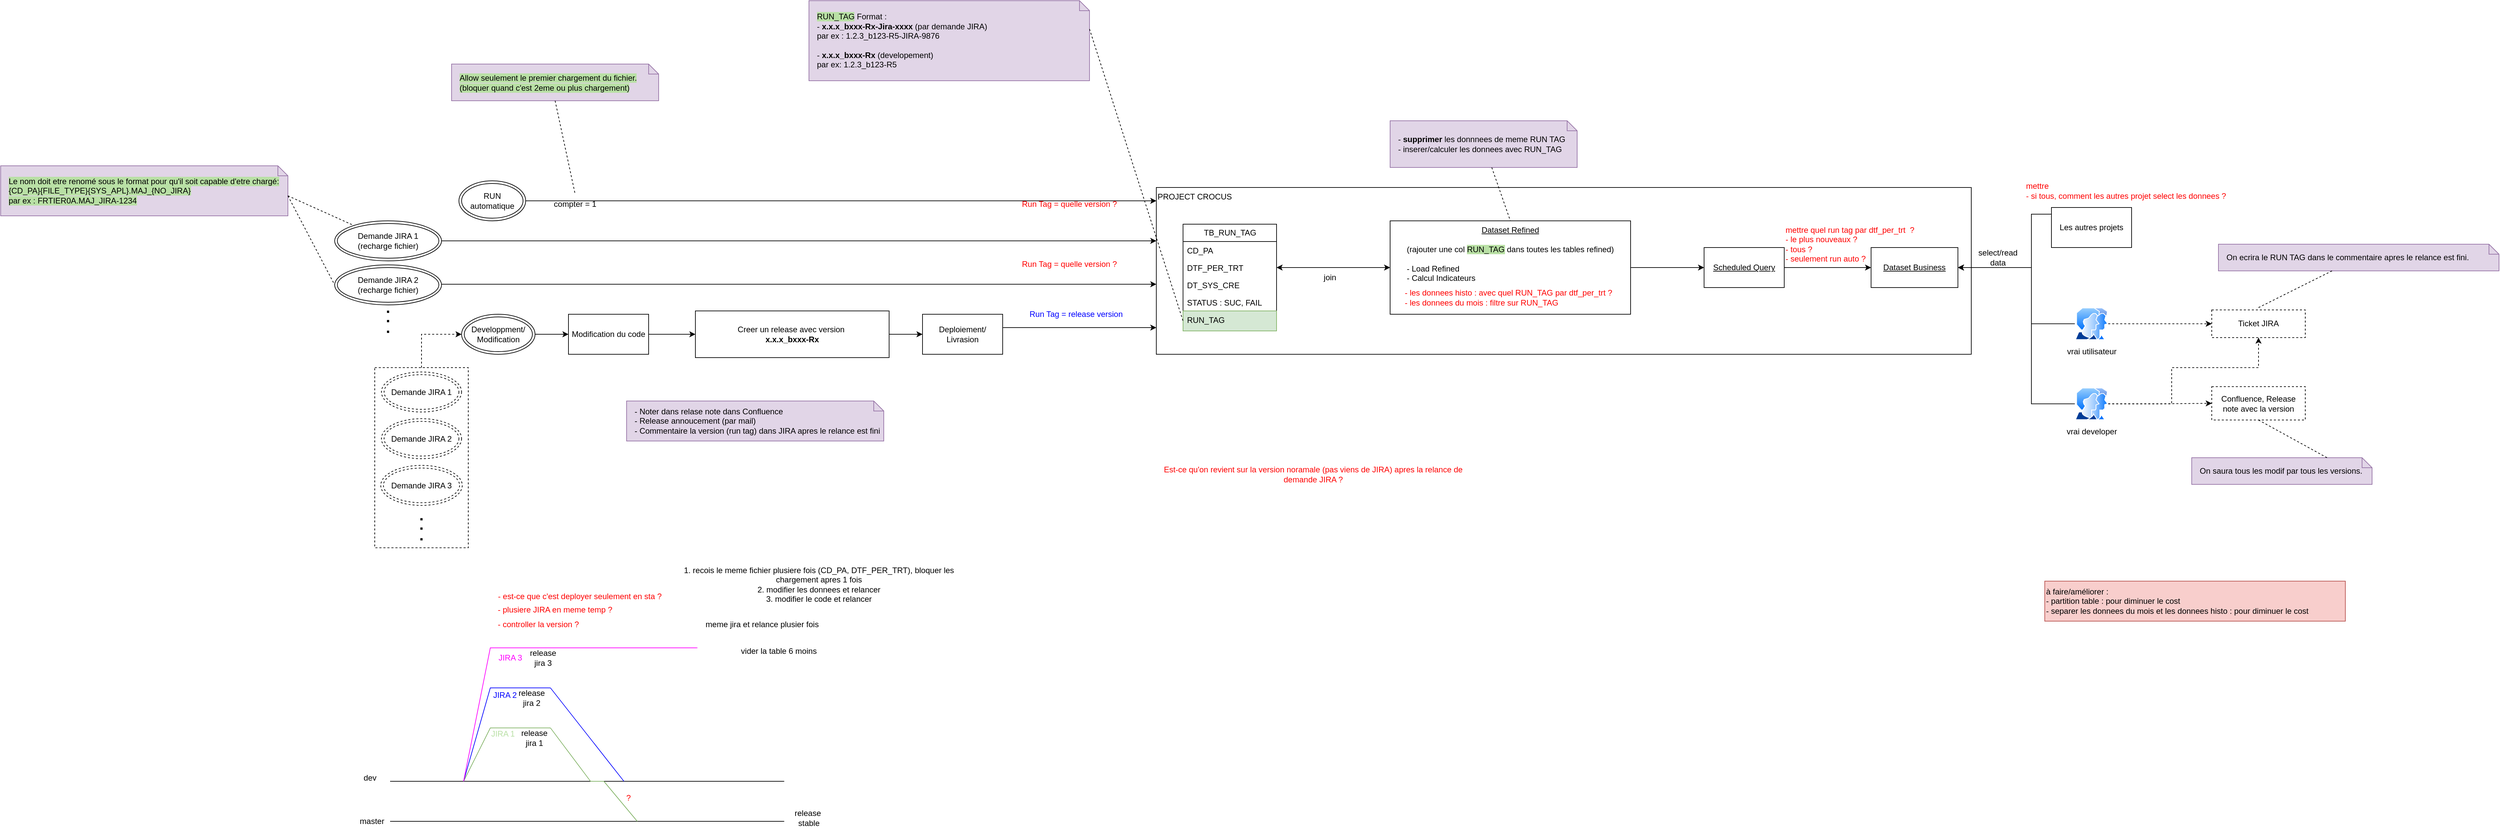
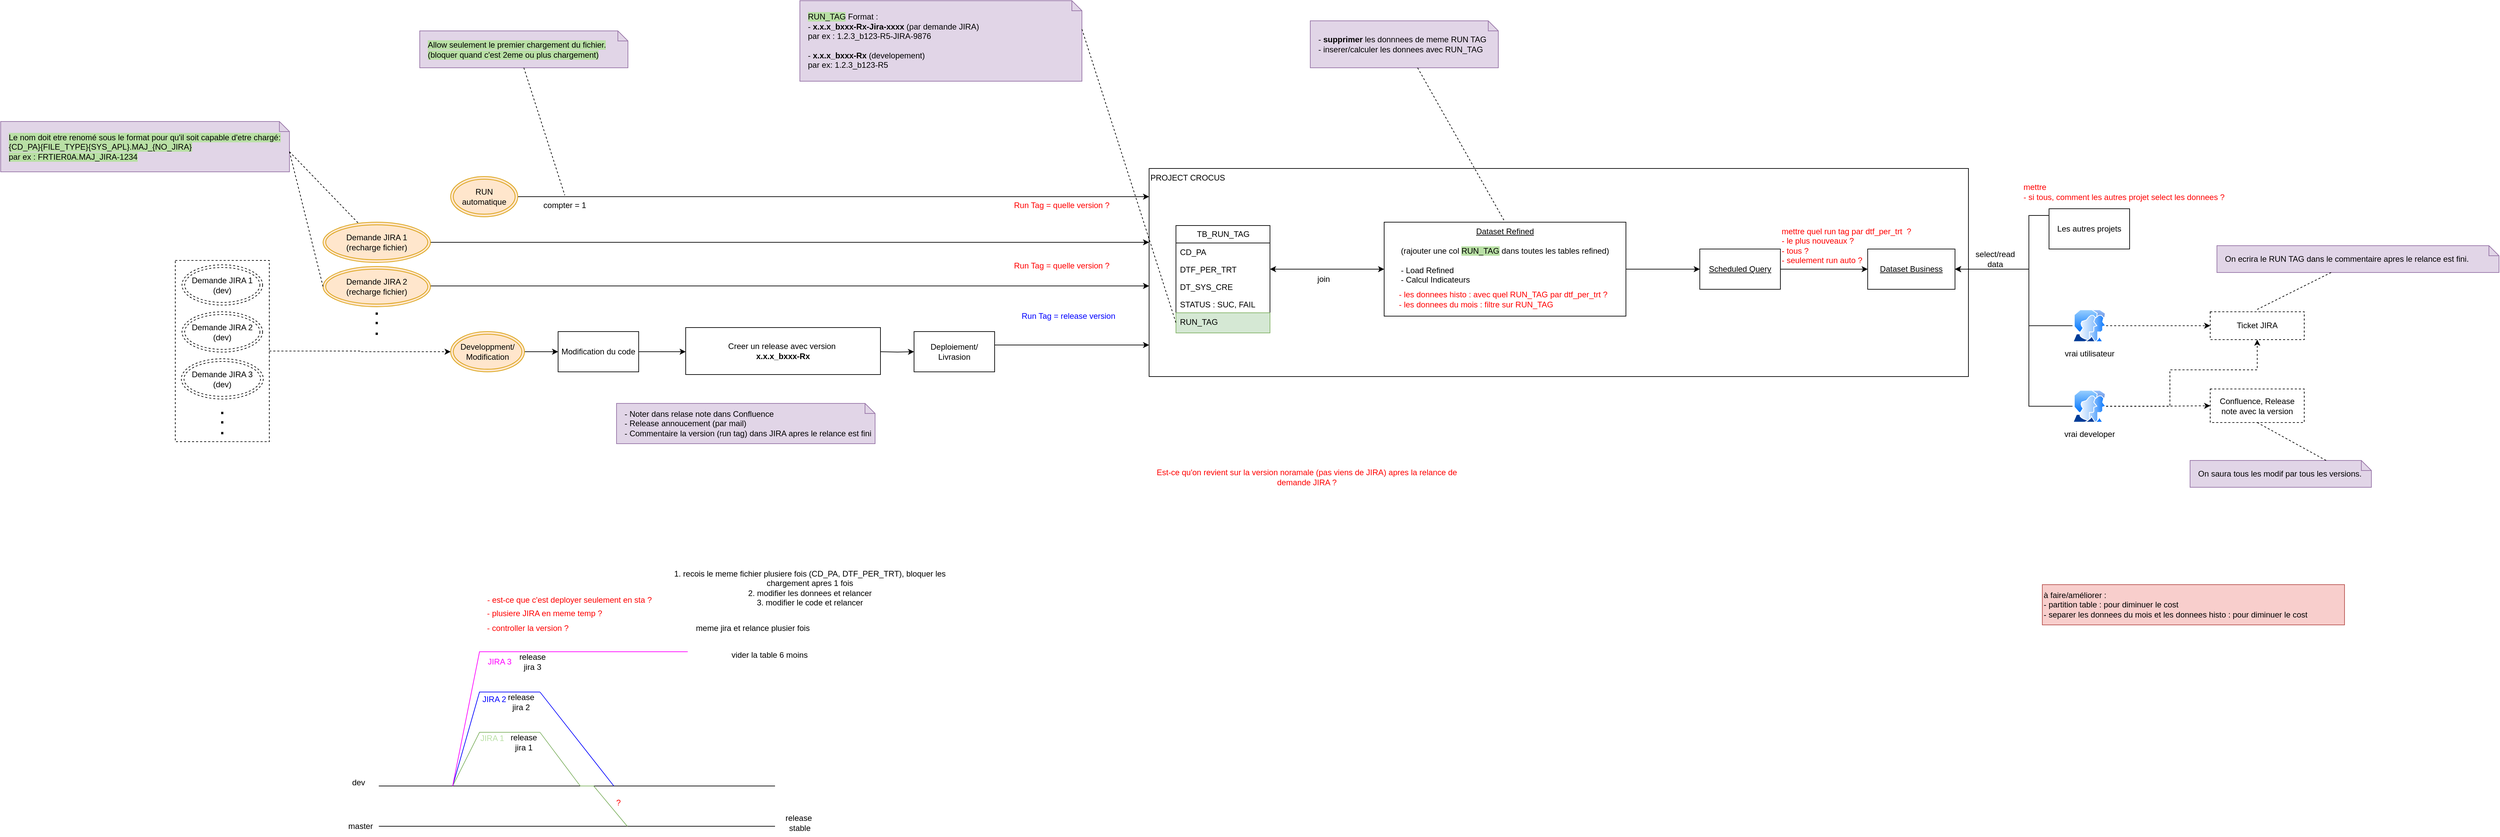
<mxfile host="app.diagrams.net">
  <diagram name="Page-1" id="bEAYSmEDHXBXhFzCy1HB">
-     <mxGraphModel dx="3308" dy="2087" grid="1" gridSize="10" guides="1" tooltips="1" connect="1" arrows="1" fold="1" page="1" pageScale="1" pageWidth="827" pageHeight="1169" math="0" shadow="0">
+     <mxGraphModel dx="5169" dy="3119" grid="1" gridSize="10" guides="1" tooltips="1" connect="1" arrows="1" fold="1" page="1" pageScale="1" pageWidth="827" pageHeight="1169" math="0" shadow="0">
      <root>
        <mxCell id="0" />
        <mxCell id="1" parent="0" />
-         <mxCell id="cKu8MT6L8Fp_BZaxLZj7-22" edge="1" parent="1" source="cKu8MT6L8Fp_BZaxLZj7-16" style="edgeStyle=orthogonalEdgeStyle;rounded=0;orthogonalLoop=1;jettySize=auto;html=1;entryX=0;entryY=0.5;entryDx=0;entryDy=0;dashed=1;" target="QUzsFoNl6aFI_2ed8XXq-33">
-           <mxGeometry relative="1" as="geometry" />
+         <mxCell id="cKu8MT6L8Fp_BZaxLZj7-22" edge="1" parent="1" source="cKu8MT6L8Fp_BZaxLZj7-16" style="edgeStyle=orthogonalEdgeStyle;rounded=0;orthogonalLoop=1;jettySize=auto;html=1;dashed=1;" target="QUzsFoNl6aFI_2ed8XXq-33">
+           <mxGeometry relative="1" as="geometry">
+             <Array as="points" />
+             <mxPoint x="-937.4999999999995" y="382" as="sourcePoint" />
+             <mxPoint x="-602.4999999999995" y="365" as="targetPoint" />
+           </mxGeometry>
        </mxCell>
        <mxCell id="cKu8MT6L8Fp_BZaxLZj7-16" parent="1" style="rounded=0;whiteSpace=wrap;html=1;dashed=1;" value="" vertex="1">
-           <mxGeometry height="270" width="140" x="-790" y="410" as="geometry" />
+           <mxGeometry height="270" width="140" x="-1070" y="247" as="geometry" />
        </mxCell>
        <mxCell id="QUzsFoNl6aFI_2ed8XXq-13" parent="1" style="rounded=0;whiteSpace=wrap;html=1;align=left;verticalAlign=top;" value="PROJECT CROCUS" vertex="1">
-           <mxGeometry height="250" width="1220" x="380" y="140" as="geometry" />
+           <mxGeometry height="310" width="1220" x="380" y="110" as="geometry" />
        </mxCell>
        <mxCell id="QUzsFoNl6aFI_2ed8XXq-1" parent="1" style="swimlane;fontStyle=0;childLayout=stackLayout;horizontal=1;startSize=26;fillColor=none;horizontalStack=0;resizeParent=1;resizeParentMax=0;resizeLast=0;collapsible=1;marginBottom=0;html=1;" value="TB_RUN_TAG" vertex="1">
          <mxGeometry height="160" width="140" x="420" y="195" as="geometry" />
        </mxCell>
        <mxCell id="QUzsFoNl6aFI_2ed8XXq-2" parent="QUzsFoNl6aFI_2ed8XXq-1" style="text;strokeColor=none;fillColor=none;align=left;verticalAlign=top;spacingLeft=4;spacingRight=4;overflow=hidden;rotatable=0;points=[[0,0.5],[1,0.5]];portConstraint=eastwest;whiteSpace=wrap;html=1;" value="CD_PA" vertex="1">
          <mxGeometry height="26" width="140" y="26" as="geometry" />
        </mxCell>
        <mxCell id="QUzsFoNl6aFI_2ed8XXq-3" parent="QUzsFoNl6aFI_2ed8XXq-1" style="text;strokeColor=none;fillColor=none;align=left;verticalAlign=top;spacingLeft=4;spacingRight=4;overflow=hidden;rotatable=0;points=[[0,0.5],[1,0.5]];portConstraint=eastwest;whiteSpace=wrap;html=1;" value="DTF_PER_TRT" vertex="1">
          <mxGeometry height="26" width="140" y="52" as="geometry" />
        </mxCell>
        <mxCell id="QUzsFoNl6aFI_2ed8XXq-4" parent="QUzsFoNl6aFI_2ed8XXq-1" style="text;strokeColor=none;fillColor=none;align=left;verticalAlign=top;spacingLeft=4;spacingRight=4;overflow=hidden;rotatable=0;points=[[0,0.5],[1,0.5]];portConstraint=eastwest;whiteSpace=wrap;html=1;" value="DT_SYS_CRE" vertex="1">
          <mxGeometry height="26" width="140" y="78" as="geometry" />
        </mxCell>
        <mxCell id="QUzsFoNl6aFI_2ed8XXq-105" parent="QUzsFoNl6aFI_2ed8XXq-1" style="text;strokeColor=none;fillColor=none;align=left;verticalAlign=top;spacingLeft=4;spacingRight=4;overflow=hidden;rotatable=0;points=[[0,0.5],[1,0.5]];portConstraint=eastwest;whiteSpace=wrap;html=1;" value="STATUS : SUC, FAIL" vertex="1">
          <mxGeometry height="26" width="140" y="104" as="geometry" />
        </mxCell>
        <mxCell id="QUzsFoNl6aFI_2ed8XXq-5" parent="QUzsFoNl6aFI_2ed8XXq-1" style="text;strokeColor=#82b366;fillColor=#d5e8d4;align=left;verticalAlign=top;spacingLeft=4;spacingRight=4;overflow=hidden;rotatable=0;points=[[0,0.5],[1,0.5]];portConstraint=eastwest;whiteSpace=wrap;html=1;" value="RUN_TAG" vertex="1">
          <mxGeometry height="30" width="140" y="130" as="geometry" />
        </mxCell>
        <mxCell id="QUzsFoNl6aFI_2ed8XXq-7" parent="1" style="shape=note;size=15;align=left;spacingLeft=10;html=1;whiteSpace=wrap;fillColor=#e1d5e7;strokeColor=#9673a6;" value="&lt;span style=&quot;background-color: rgb(185, 224, 165);&quot;&gt;RUN_TAG&lt;/span&gt; Format :&amp;nbsp;&lt;div&gt;- &lt;b&gt;x.x.x_bxxx-Rx-Jira-xxxx&lt;/b&gt; (par demande JIRA)&amp;nbsp;&lt;/div&gt;&lt;div&gt;par ex : 1.2.3_b123-R5-JIRA-9876&lt;/div&gt;&lt;div&gt;&lt;br&gt;&lt;/div&gt;&lt;div&gt;-&lt;b&gt; x.x.x_bxxx-Rx&lt;/b&gt; (developement)&lt;/div&gt;&lt;div&gt;&lt;span style=&quot;background-color: transparent; color: light-dark(rgb(0, 0, 0), rgb(255, 255, 255));&quot;&gt;par ex: 1.2.3_b123-R5&lt;/span&gt;&lt;/div&gt;" vertex="1">
          <mxGeometry height="120" width="420" x="-140" y="-140" as="geometry" />
        </mxCell>
        <mxCell id="QUzsFoNl6aFI_2ed8XXq-8" edge="1" parent="1" source="QUzsFoNl6aFI_2ed8XXq-7" style="edgeStyle=none;endArrow=none;exitX=0;exitY=0;dashed=1;html=1;rounded=0;entryX=0;entryY=0.5;entryDx=0;entryDy=0;exitDx=420;exitDy=42.5;exitPerimeter=0;" target="QUzsFoNl6aFI_2ed8XXq-5" value="">
          <mxGeometry relative="1" x="1" as="geometry">
            <mxPoint x="590" y="660" as="targetPoint" />
          </mxGeometry>
        </mxCell>
        <mxCell id="QUzsFoNl6aFI_2ed8XXq-10" parent="1" style="rounded=0;whiteSpace=wrap;html=1;dashed=1;" value="Confluence, Release note avec la v&lt;span style=&quot;background-color: transparent; color: light-dark(rgb(0, 0, 0), rgb(255, 255, 255));&quot;&gt;ersion&lt;/span&gt;" vertex="1">
          <mxGeometry height="50" width="140" x="1960" y="438.5" as="geometry" />
        </mxCell>
        <mxCell id="QUzsFoNl6aFI_2ed8XXq-11" parent="1" style="rounded=0;whiteSpace=wrap;html=1;dashed=1;" value="Ticket JIRA" vertex="1">
          <mxGeometry height="41.5" width="140" x="1960" y="323.5" as="geometry" />
        </mxCell>
        <mxCell id="QUzsFoNl6aFI_2ed8XXq-42" edge="1" parent="1" source="QUzsFoNl6aFI_2ed8XXq-12" style="edgeStyle=orthogonalEdgeStyle;rounded=0;orthogonalLoop=1;jettySize=auto;html=1;entryX=1;entryY=0.5;entryDx=0;entryDy=0;startArrow=classic;startFill=1;" target="QUzsFoNl6aFI_2ed8XXq-3">
          <mxGeometry relative="1" as="geometry" />
        </mxCell>
        <mxCell id="QUzsFoNl6aFI_2ed8XXq-50" edge="1" parent="1" source="QUzsFoNl6aFI_2ed8XXq-12" style="edgeStyle=orthogonalEdgeStyle;rounded=0;orthogonalLoop=1;jettySize=auto;html=1;" target="QUzsFoNl6aFI_2ed8XXq-46">
          <mxGeometry relative="1" as="geometry">
            <Array as="points" />
          </mxGeometry>
        </mxCell>
        <mxCell id="QUzsFoNl6aFI_2ed8XXq-12" parent="1" style="rounded=0;whiteSpace=wrap;html=1;verticalAlign=top;" value="&lt;u&gt;Dataset Refined&lt;/u&gt;&lt;div&gt;&lt;u&gt;&lt;br&gt;&lt;/u&gt;&lt;div&gt;(rajouter une col &lt;span style=&quot;background-color: rgb(185, 224, 165);&quot;&gt;RUN_TAG&lt;/span&gt;&lt;span&gt; &lt;/span&gt;dans toutes les tables refined)&lt;/div&gt;&lt;div&gt;&lt;br&gt;&lt;/div&gt;&lt;div style=&quot;text-align: left;&quot;&gt;- Load Refined&amp;nbsp; &amp;nbsp; &amp;nbsp; &amp;nbsp;&lt;/div&gt;&lt;div style=&quot;text-align: left;&quot;&gt;- Calcul Indicateurs&lt;/div&gt;&lt;/div&gt;" vertex="1">
          <mxGeometry height="140" width="360" x="730" y="190" as="geometry" />
        </mxCell>
        <mxCell id="QUzsFoNl6aFI_2ed8XXq-27" edge="1" parent="1" source="QUzsFoNl6aFI_2ed8XXq-33" style="edgeStyle=orthogonalEdgeStyle;rounded=0;orthogonalLoop=1;jettySize=auto;html=1;entryX=0;entryY=0.5;entryDx=0;entryDy=0;" target="QUzsFoNl6aFI_2ed8XXq-23">
          <mxGeometry relative="1" as="geometry">
-             <mxPoint x="-740" y="175" as="sourcePoint" />
+             <mxPoint x="-740" y="198" as="sourcePoint" />
          </mxGeometry>
        </mxCell>
        <mxCell id="QUzsFoNl6aFI_2ed8XXq-19" parent="1" style="text;html=1;whiteSpace=wrap;strokeColor=none;fillColor=none;align=center;verticalAlign=middle;rounded=0;fontColor=#0000FF;" value="&lt;font style=&quot;color: rgb(255, 0, 0);&quot;&gt;Run Tag = quelle version ?&lt;/font&gt;" vertex="1">
          <mxGeometry height="30" width="200" x="150" y="240" as="geometry" />
        </mxCell>
-         <mxCell id="QUzsFoNl6aFI_2ed8XXq-28" edge="1" parent="1" source="QUzsFoNl6aFI_2ed8XXq-23" style="edgeStyle=orthogonalEdgeStyle;rounded=0;orthogonalLoop=1;jettySize=auto;html=1;" target="QUzsFoNl6aFI_2ed8XXq-25">
-           <mxGeometry relative="1" as="geometry" />
+         <mxCell id="QUzsFoNl6aFI_2ed8XXq-28" edge="1" parent="1" source="QUzsFoNl6aFI_2ed8XXq-23" style="edgeStyle=orthogonalEdgeStyle;rounded=0;orthogonalLoop=1;jettySize=auto;html=1;">
+           <mxGeometry relative="1" as="geometry">
+             <mxPoint x="-310" y="383" as="targetPoint" />
+           </mxGeometry>
        </mxCell>
        <mxCell id="QUzsFoNl6aFI_2ed8XXq-23" parent="1" style="rounded=0;whiteSpace=wrap;html=1;" value="Modification du code" vertex="1">
-           <mxGeometry height="60" width="120" x="-500" y="330" as="geometry" />
-         </mxCell>
-         <mxCell id="QUzsFoNl6aFI_2ed8XXq-31" edge="1" parent="1" source="QUzsFoNl6aFI_2ed8XXq-24" style="edgeStyle=orthogonalEdgeStyle;rounded=0;orthogonalLoop=1;jettySize=auto;html=1;" target="QUzsFoNl6aFI_2ed8XXq-13">
-           <mxGeometry relative="1" as="geometry">
-             <Array as="points">
-               <mxPoint x="230" y="350" />
-               <mxPoint x="230" y="350" />
-             </Array>
+           <mxGeometry height="60" width="120" x="-500" y="353" as="geometry" />
+         </mxCell>
+         <mxCell id="QUzsFoNl6aFI_2ed8XXq-31" edge="1" parent="1" source="QUzsFoNl6aFI_2ed8XXq-24" style="edgeStyle=orthogonalEdgeStyle;rounded=0;orthogonalLoop=1;jettySize=auto;html=1;">
+           <mxGeometry relative="1" as="geometry">
+             <Array as="points">
+               <mxPoint x="230" y="373" />
+               <mxPoint x="230" y="373" />
+             </Array>
+             <mxPoint x="380" y="373" as="targetPoint" />
          </mxGeometry>
        </mxCell>
        <mxCell id="QUzsFoNl6aFI_2ed8XXq-24" parent="1" style="rounded=0;whiteSpace=wrap;html=1;" value="Deploiement/ Livrasion" vertex="1">
-           <mxGeometry height="60" width="120" x="30" y="330" as="geometry" />
-         </mxCell>
-         <mxCell id="QUzsFoNl6aFI_2ed8XXq-30" edge="1" parent="1" source="QUzsFoNl6aFI_2ed8XXq-25" style="edgeStyle=orthogonalEdgeStyle;rounded=0;orthogonalLoop=1;jettySize=auto;html=1;entryX=0;entryY=0.5;entryDx=0;entryDy=0;" target="QUzsFoNl6aFI_2ed8XXq-24">
-           <mxGeometry relative="1" as="geometry" />
+           <mxGeometry height="60" width="120" x="30" y="353" as="geometry" />
+         </mxCell>
+         <mxCell id="QUzsFoNl6aFI_2ed8XXq-30" edge="1" parent="1" style="edgeStyle=orthogonalEdgeStyle;rounded=0;orthogonalLoop=1;jettySize=auto;html=1;entryX=0;entryY=0.5;entryDx=0;entryDy=0;" target="QUzsFoNl6aFI_2ed8XXq-24">
+           <mxGeometry relative="1" as="geometry">
+             <mxPoint x="-20" y="383" as="sourcePoint" />
+           </mxGeometry>
        </mxCell>
        <mxCell id="QUzsFoNl6aFI_2ed8XXq-25" parent="1" style="rounded=0;whiteSpace=wrap;html=1;" value="Creer un release avec version&amp;nbsp;&lt;div&gt;&lt;span style=&quot;text-align: left;&quot;&gt;&lt;b&gt;x.x.x_bxxx-Rx&lt;/b&gt;&lt;/span&gt;&lt;/div&gt;" vertex="1">
-           <mxGeometry height="70" width="290" x="-310" y="325" as="geometry" />
-         </mxCell>
-         <mxCell id="QUzsFoNl6aFI_2ed8XXq-33" parent="1" style="ellipse;shape=doubleEllipse;whiteSpace=wrap;html=1;" value="Developpment/&lt;div&gt;Modification&lt;/div&gt;" vertex="1">
-           <mxGeometry height="60" width="110" x="-660" y="330" as="geometry" />
+           <mxGeometry height="70" width="290" x="-310" y="347" as="geometry" />
+         </mxCell>
+         <mxCell id="QUzsFoNl6aFI_2ed8XXq-33" parent="1" style="ellipse;shape=doubleEllipse;whiteSpace=wrap;html=1;fillColor=#ffe6cc;strokeColor=#d79b00;" value="Developpment/&lt;div&gt;Modification&lt;/div&gt;" vertex="1">
+           <mxGeometry height="60" width="110" x="-660" y="353" as="geometry" />
        </mxCell>
        <mxCell id="cKu8MT6L8Fp_BZaxLZj7-5" edge="1" parent="1" style="edgeStyle=orthogonalEdgeStyle;rounded=0;orthogonalLoop=1;jettySize=auto;html=1;">
          <mxGeometry relative="1" as="geometry">
            <Array as="points">
              <mxPoint x="-470" y="285" />
              <mxPoint x="-470" y="285" />
            </Array>
            <mxPoint x="-690.0000000000005" y="285" as="sourcePoint" />
            <mxPoint x="380" y="285" as="targetPoint" />
          </mxGeometry>
        </mxCell>
-         <mxCell id="QUzsFoNl6aFI_2ed8XXq-34" parent="1" style="ellipse;shape=doubleEllipse;whiteSpace=wrap;html=1;" value="Demande JIRA 2&lt;div&gt;(recharge fichier)&lt;/div&gt;" vertex="1">
+         <mxCell id="QUzsFoNl6aFI_2ed8XXq-34" parent="1" style="ellipse;shape=doubleEllipse;whiteSpace=wrap;html=1;fillColor=#ffe6cc;strokeColor=#d79b00;" value="Demande JIRA 2&lt;div&gt;(recharge fichier)&lt;/div&gt;" vertex="1">
          <mxGeometry height="60" width="160" x="-850" y="256" as="geometry" />
        </mxCell>
        <mxCell id="QUzsFoNl6aFI_2ed8XXq-36" edge="1" parent="1" source="QUzsFoNl6aFI_2ed8XXq-35" style="edgeStyle=orthogonalEdgeStyle;rounded=0;orthogonalLoop=1;jettySize=auto;html=1;">
          <mxGeometry relative="1" as="geometry">
            <Array as="points">
-               <mxPoint x="110" y="160" />
-               <mxPoint x="110" y="160" />
-             </Array>
-             <mxPoint x="380" y="160.0588235294117" as="targetPoint" />
-           </mxGeometry>
-         </mxCell>
-         <mxCell id="QUzsFoNl6aFI_2ed8XXq-35" parent="1" style="ellipse;shape=doubleEllipse;whiteSpace=wrap;html=1;" value="RUN automatique" vertex="1">
-           <mxGeometry height="60" width="100" x="-664" y="130" as="geometry" />
+               <mxPoint x="110" y="152" />
+               <mxPoint x="110" y="152" />
+             </Array>
+             <mxPoint x="380" y="152.0588235294117" as="targetPoint" />
+           </mxGeometry>
+         </mxCell>
+         <mxCell id="QUzsFoNl6aFI_2ed8XXq-35" parent="1" style="ellipse;shape=doubleEllipse;whiteSpace=wrap;html=1;fillColor=#ffe6cc;strokeColor=#d79b00;" value="RUN automatique" vertex="1">
+           <mxGeometry height="60" width="100" x="-660" y="122" as="geometry" />
        </mxCell>
        <mxCell id="QUzsFoNl6aFI_2ed8XXq-37" parent="1" style="text;html=1;whiteSpace=wrap;strokeColor=none;fillColor=none;align=center;verticalAlign=middle;rounded=0;fontColor=#0000FF;" value="Run Tag = release version" vertex="1">
          <mxGeometry height="30" width="200" x="160" y="315" as="geometry" />
        </mxCell>
        <mxCell id="QUzsFoNl6aFI_2ed8XXq-38" parent="1" style="shape=note;size=15;align=left;spacingLeft=10;html=1;whiteSpace=wrap;fillColor=#e1d5e7;strokeColor=#9673a6;" value="- Noter dans relase note dans Confluence&lt;div&gt;- Release annoucement (par mail)&lt;/div&gt;&lt;div&gt;- Commentaire la version (run tag) dans JIRA apres le relance est fini&lt;/div&gt;" vertex="1">
          <mxGeometry height="60" width="385" x="-413" y="460" as="geometry" />
        </mxCell>
        <mxCell id="QUzsFoNl6aFI_2ed8XXq-40" parent="1" style="shape=note;size=15;align=left;spacingLeft=10;html=1;whiteSpace=wrap;fillColor=#e1d5e7;strokeColor=#9673a6;" value="- &lt;b&gt;supprimer &lt;/b&gt;les donnnees de meme RUN TAG&lt;div&gt;- inserer/calculer les donnees avec RUN_TAG&lt;/div&gt;" vertex="1">
-           <mxGeometry height="70" width="280" x="730" y="40" as="geometry" />
+           <mxGeometry height="70" width="280" x="620" y="-110" as="geometry" />
        </mxCell>
        <mxCell id="QUzsFoNl6aFI_2ed8XXq-41" edge="1" parent="1" source="QUzsFoNl6aFI_2ed8XXq-40" style="edgeStyle=none;endArrow=none;dashed=1;html=1;rounded=0;entryX=0.5;entryY=0;entryDx=0;entryDy=0;" target="QUzsFoNl6aFI_2ed8XXq-12" value="">
          <mxGeometry relative="1" x="1" as="geometry">
            <mxPoint x="720" y="650" as="sourcePoint" />
            <mxPoint x="772" y="500" as="targetPoint" />
          </mxGeometry>
        </mxCell>
        <mxCell id="QUzsFoNl6aFI_2ed8XXq-43" parent="1" style="text;html=1;whiteSpace=wrap;strokeColor=none;fillColor=none;align=left;verticalAlign=middle;rounded=0;" value="&lt;font style=&quot;color: rgb(255, 0, 0);&quot;&gt;- les donnees histo : avec quel RUN_TAG par dtf_per_trt ?&lt;/font&gt;&lt;div&gt;&lt;font style=&quot;color: rgb(255, 0, 0);&quot;&gt;- les donnees du mois : f&lt;/font&gt;&lt;span style=&quot;color: light-dark(rgb(255, 0, 0), rgb(255, 144, 144)); background-color: transparent;&quot;&gt;iltre sur RUN_TAG&lt;/span&gt;&lt;/div&gt;" vertex="1">
          <mxGeometry height="30" width="330" x="750" y="290" as="geometry" />
        </mxCell>
        <mxCell id="QUzsFoNl6aFI_2ed8XXq-45" parent="1" style="rounded=0;whiteSpace=wrap;html=1;" value="&lt;u&gt;Dataset Business&lt;/u&gt;" vertex="1">
          <mxGeometry height="60" width="130" x="1450" y="230" as="geometry" />
        </mxCell>
        <mxCell id="QUzsFoNl6aFI_2ed8XXq-48" edge="1" parent="1" source="QUzsFoNl6aFI_2ed8XXq-46" style="edgeStyle=orthogonalEdgeStyle;rounded=0;orthogonalLoop=1;jettySize=auto;html=1;" target="QUzsFoNl6aFI_2ed8XXq-45">
          <mxGeometry relative="1" as="geometry" />
        </mxCell>
        <mxCell id="QUzsFoNl6aFI_2ed8XXq-46" parent="1" style="rounded=0;whiteSpace=wrap;html=1;" value="&lt;u&gt;Scheduled Query&lt;/u&gt;" vertex="1">
          <mxGeometry height="60" width="120" x="1200" y="230" as="geometry" />
        </mxCell>
        <mxCell id="QUzsFoNl6aFI_2ed8XXq-51" parent="1" style="text;html=1;whiteSpace=wrap;strokeColor=none;fillColor=none;align=left;verticalAlign=middle;rounded=0;fontColor=#FF0000;" value="mettre quel run tag par dtf_per_trt&amp;nbsp;&amp;nbsp;?&amp;nbsp;&lt;div&gt;- le plus nouveaux ?&lt;/div&gt;&lt;div&gt;- tous ?&lt;/div&gt;&lt;div&gt;- seulement run auto ?&lt;/div&gt;" vertex="1">
          <mxGeometry height="30" width="370" x="1320" y="210" as="geometry" />
        </mxCell>
        <mxCell id="QUzsFoNl6aFI_2ed8XXq-59" edge="1" parent="1" source="QUzsFoNl6aFI_2ed8XXq-52" style="edgeStyle=orthogonalEdgeStyle;rounded=0;orthogonalLoop=1;jettySize=auto;html=1;entryX=1;entryY=0.5;entryDx=0;entryDy=0;" target="QUzsFoNl6aFI_2ed8XXq-45">
          <mxGeometry relative="1" as="geometry">
            <Array as="points">
              <mxPoint x="1690" y="180" />
              <mxPoint x="1690" y="260" />
            </Array>
          </mxGeometry>
        </mxCell>
        <mxCell id="QUzsFoNl6aFI_2ed8XXq-52" parent="1" style="rounded=0;whiteSpace=wrap;html=1;" value="Les autres projets" vertex="1">
          <mxGeometry height="60" width="120" x="1720" y="170" as="geometry" />
        </mxCell>
        <mxCell id="QUzsFoNl6aFI_2ed8XXq-58" edge="1" parent="1" source="QUzsFoNl6aFI_2ed8XXq-57" style="edgeStyle=orthogonalEdgeStyle;rounded=0;orthogonalLoop=1;jettySize=auto;html=1;entryX=1;entryY=0.5;entryDx=0;entryDy=0;" target="QUzsFoNl6aFI_2ed8XXq-45">
          <mxGeometry relative="1" as="geometry">
            <Array as="points">
              <mxPoint x="1690" y="344" />
              <mxPoint x="1690" y="260" />
            </Array>
          </mxGeometry>
        </mxCell>
        <mxCell id="QUzsFoNl6aFI_2ed8XXq-65" edge="1" parent="1" source="QUzsFoNl6aFI_2ed8XXq-57" style="edgeStyle=orthogonalEdgeStyle;rounded=0;orthogonalLoop=1;jettySize=auto;html=1;dashed=1;" target="QUzsFoNl6aFI_2ed8XXq-11">
          <mxGeometry relative="1" as="geometry" />
        </mxCell>
        <mxCell id="QUzsFoNl6aFI_2ed8XXq-57" parent="1" style="image;aspect=fixed;perimeter=ellipsePerimeter;html=1;align=center;shadow=0;dashed=0;spacingTop=3;image=img/lib/active_directory/user_accounts.svg;" value="vrai utilisateur" vertex="1">
          <mxGeometry height="48.5" width="50" x="1755" y="320" as="geometry" />
        </mxCell>
        <mxCell id="QUzsFoNl6aFI_2ed8XXq-60" parent="1" style="text;html=1;whiteSpace=wrap;strokeColor=none;fillColor=none;align=center;verticalAlign=middle;rounded=0;" value="select/read data" vertex="1">
          <mxGeometry height="30" width="60" x="1610" y="230" as="geometry" />
        </mxCell>
        <mxCell id="QUzsFoNl6aFI_2ed8XXq-63" edge="1" parent="1" source="QUzsFoNl6aFI_2ed8XXq-62" style="edgeStyle=orthogonalEdgeStyle;rounded=0;orthogonalLoop=1;jettySize=auto;html=1;entryX=1;entryY=0.5;entryDx=0;entryDy=0;" target="QUzsFoNl6aFI_2ed8XXq-45">
          <mxGeometry relative="1" as="geometry">
            <Array as="points">
              <mxPoint x="1690" y="464" />
              <mxPoint x="1690" y="260" />
            </Array>
          </mxGeometry>
        </mxCell>
        <mxCell id="QUzsFoNl6aFI_2ed8XXq-66" edge="1" parent="1" source="QUzsFoNl6aFI_2ed8XXq-62" style="edgeStyle=orthogonalEdgeStyle;rounded=0;orthogonalLoop=1;jettySize=auto;html=1;dashed=1;" target="QUzsFoNl6aFI_2ed8XXq-10">
          <mxGeometry relative="1" as="geometry" />
        </mxCell>
        <mxCell id="QUzsFoNl6aFI_2ed8XXq-68" edge="1" parent="1" source="QUzsFoNl6aFI_2ed8XXq-62" style="edgeStyle=orthogonalEdgeStyle;rounded=0;orthogonalLoop=1;jettySize=auto;html=1;entryX=0.5;entryY=1;entryDx=0;entryDy=0;dashed=1;" target="QUzsFoNl6aFI_2ed8XXq-11">
          <mxGeometry relative="1" as="geometry">
            <Array as="points">
              <mxPoint x="1900" y="464" />
              <mxPoint x="1900" y="410" />
              <mxPoint x="2030" y="410" />
            </Array>
          </mxGeometry>
        </mxCell>
        <mxCell id="QUzsFoNl6aFI_2ed8XXq-62" parent="1" style="image;aspect=fixed;perimeter=ellipsePerimeter;html=1;align=center;shadow=0;dashed=0;spacingTop=3;image=img/lib/active_directory/user_accounts.svg;" value="vrai developer" vertex="1">
          <mxGeometry height="48.5" width="50" x="1755" y="440" as="geometry" />
        </mxCell>
        <mxCell id="QUzsFoNl6aFI_2ed8XXq-69" parent="1" style="shape=note;size=15;align=left;spacingLeft=10;html=1;whiteSpace=wrap;fillColor=#e1d5e7;strokeColor=#9673a6;" value="On ecrira le RUN TAG dans le commentaire apres le relance est fini." vertex="1">
          <mxGeometry height="40" width="420" x="1970" y="225" as="geometry" />
        </mxCell>
        <mxCell id="QUzsFoNl6aFI_2ed8XXq-70" edge="1" parent="1" source="QUzsFoNl6aFI_2ed8XXq-69" style="edgeStyle=none;endArrow=none;dashed=1;html=1;rounded=0;" value="">
          <mxGeometry relative="1" x="1" as="geometry">
            <mxPoint x="970" y="210" as="sourcePoint" />
            <mxPoint x="2030" y="320" as="targetPoint" />
          </mxGeometry>
        </mxCell>
        <mxCell id="QUzsFoNl6aFI_2ed8XXq-71" parent="1" style="shape=note;size=15;align=left;spacingLeft=10;html=1;whiteSpace=wrap;fillColor=#e1d5e7;strokeColor=#9673a6;" value="On saura tous les modif par tous les versions." vertex="1">
          <mxGeometry height="40" width="270" x="1930" y="545" as="geometry" />
        </mxCell>
        <mxCell id="QUzsFoNl6aFI_2ed8XXq-72" edge="1" parent="1" source="QUzsFoNl6aFI_2ed8XXq-71" style="edgeStyle=none;endArrow=none;dashed=1;html=1;rounded=0;entryX=0.5;entryY=1;entryDx=0;entryDy=0;exitX=0;exitY=0;exitDx=202.5;exitDy=0;exitPerimeter=0;" target="QUzsFoNl6aFI_2ed8XXq-10" value="">
          <mxGeometry relative="1" x="1" as="geometry">
            <mxPoint x="2180" y="470" as="sourcePoint" />
            <mxPoint x="2070" y="525" as="targetPoint" />
          </mxGeometry>
        </mxCell>
        <mxCell id="QUzsFoNl6aFI_2ed8XXq-73" parent="1" style="text;html=1;whiteSpace=wrap;strokeColor=none;fillColor=none;align=left;verticalAlign=middle;rounded=0;fontColor=#FF0000;" value="mettre&amp;nbsp;&lt;div&gt;&lt;span style=&quot;background-color: transparent; color: light-dark(rgb(255, 0, 0), rgb(255, 144, 144));&quot;&gt;- si tous, comment les autres projet select les donnees ?&lt;/span&gt;&lt;/div&gt;" vertex="1">
          <mxGeometry height="30" width="370" x="1680" y="130" as="geometry" />
        </mxCell>
        <mxCell id="QUzsFoNl6aFI_2ed8XXq-74" parent="1" style="rounded=0;whiteSpace=wrap;html=1;align=left;fillColor=#f8cecc;strokeColor=#b85450;" value="à faire/améliorer :&lt;div&gt;- partition table : pour diminuer le cost&lt;/div&gt;&lt;div&gt;- separer les donnees du mois et les donnees histo&amp;nbsp;&lt;span style=&quot;background-color: transparent; color: light-dark(rgb(0, 0, 0), rgb(255, 255, 255));&quot;&gt;: pour diminuer le cost&lt;/span&gt;&lt;/div&gt;" vertex="1">
          <mxGeometry height="60" width="450" x="1710" y="730" as="geometry" />
        </mxCell>
        <mxCell id="QUzsFoNl6aFI_2ed8XXq-76" parent="1" style="text;html=1;whiteSpace=wrap;strokeColor=none;fillColor=none;align=center;verticalAlign=middle;rounded=0;" value="join" vertex="1">
          <mxGeometry height="30" width="60" x="610" y="260" as="geometry" />
        </mxCell>
        <mxCell id="QUzsFoNl6aFI_2ed8XXq-77" parent="1" style="text;html=1;whiteSpace=wrap;strokeColor=none;fillColor=none;align=center;verticalAlign=middle;rounded=0;fontColor=#FF0000;" value="Est-ce qu&#39;on revient sur la version noramale (pas viens de JIRA) apres la relance de demande JIRA ?" vertex="1">
          <mxGeometry height="30" width="470" x="380" y="555" as="geometry" />
        </mxCell>
        <mxCell id="QUzsFoNl6aFI_2ed8XXq-78" parent="1" style="text;html=1;whiteSpace=wrap;strokeColor=none;fillColor=none;align=center;verticalAlign=middle;rounded=0;fontColor=#FF0000;" value="- est-ce que c&#39;est deployer seulement en sta ?" vertex="1">
          <mxGeometry height="30" width="290" x="-628" y="738" as="geometry" />
        </mxCell>
        <mxCell id="QUzsFoNl6aFI_2ed8XXq-79" parent="1" style="text;html=1;whiteSpace=wrap;strokeColor=none;fillColor=none;align=center;verticalAlign=middle;rounded=0;fontColor=#FF0000;" value="- plusiere JIRA en meme temp ?" vertex="1">
          <mxGeometry height="30" width="290" x="-665" y="758" as="geometry" />
        </mxCell>
        <mxCell id="QUzsFoNl6aFI_2ed8XXq-80" parent="1" style="text;html=1;whiteSpace=wrap;strokeColor=none;fillColor=none;align=center;verticalAlign=middle;rounded=0;fontColor=#FF0000;" value="- controller la version ?" vertex="1">
          <mxGeometry height="30" width="290" x="-690" y="780" as="geometry" />
        </mxCell>
        <mxCell id="QUzsFoNl6aFI_2ed8XXq-81" edge="1" parent="1" style="endArrow=none;html=1;rounded=0;" value="">
          <mxGeometry height="50" relative="1" width="50" as="geometry">
            <mxPoint x="-767" y="1030" as="sourcePoint" />
            <mxPoint x="-177" y="1030" as="targetPoint" />
          </mxGeometry>
        </mxCell>
        <mxCell id="QUzsFoNl6aFI_2ed8XXq-83" edge="1" parent="1" style="endArrow=none;html=1;rounded=0;fillColor=#d5e8d4;strokeColor=#82b366;" value="">
          <mxGeometry height="50" relative="1" width="50" as="geometry">
            <Array as="points">
              <mxPoint x="-617" y="950" />
            </Array>
            <mxPoint x="-657" y="1030" as="sourcePoint" />
            <mxPoint x="-527" y="950" as="targetPoint" />
          </mxGeometry>
        </mxCell>
        <mxCell id="QUzsFoNl6aFI_2ed8XXq-84" parent="1" style="text;html=1;whiteSpace=wrap;strokeColor=none;fillColor=none;align=center;verticalAlign=middle;rounded=0;" value="dev" vertex="1">
          <mxGeometry height="30" width="60" x="-827" y="1010" as="geometry" />
        </mxCell>
        <mxCell id="QUzsFoNl6aFI_2ed8XXq-85" edge="1" parent="1" style="endArrow=none;html=1;rounded=0;strokeColor=#0000FF;" value="">
          <mxGeometry height="50" relative="1" width="50" as="geometry">
            <Array as="points">
              <mxPoint x="-617" y="890" />
            </Array>
            <mxPoint x="-657" y="1030" as="sourcePoint" />
            <mxPoint x="-527" y="890" as="targetPoint" />
          </mxGeometry>
        </mxCell>
        <mxCell id="QUzsFoNl6aFI_2ed8XXq-86" edge="1" parent="1" style="endArrow=none;html=1;rounded=0;strokeColor=#FF00FF;" value="">
          <mxGeometry height="50" relative="1" width="50" as="geometry">
            <Array as="points">
              <mxPoint x="-617" y="830" />
            </Array>
            <mxPoint x="-657" y="1030" as="sourcePoint" />
            <mxPoint x="-307" y="830" as="targetPoint" />
          </mxGeometry>
        </mxCell>
        <mxCell id="QUzsFoNl6aFI_2ed8XXq-87" parent="1" style="text;html=1;whiteSpace=wrap;strokeColor=none;fillColor=none;align=center;verticalAlign=middle;rounded=0;fontColor=#B9E0A5;" value="JIRA 1" vertex="1">
          <mxGeometry height="30" width="60" x="-628" y="944" as="geometry" />
        </mxCell>
        <mxCell id="QUzsFoNl6aFI_2ed8XXq-88" parent="1" style="text;html=1;whiteSpace=wrap;strokeColor=none;fillColor=none;align=center;verticalAlign=middle;rounded=0;fontColor=#0000FF;" value="JIRA 2" vertex="1">
          <mxGeometry height="30" width="60" x="-625" y="886" as="geometry" />
        </mxCell>
        <mxCell id="QUzsFoNl6aFI_2ed8XXq-89" parent="1" style="text;html=1;whiteSpace=wrap;strokeColor=none;fillColor=none;align=center;verticalAlign=middle;rounded=0;fontColor=#FF00FF;" value="JIRA 3" vertex="1">
          <mxGeometry height="30" width="60" x="-617" y="830" as="geometry" />
        </mxCell>
        <mxCell id="QUzsFoNl6aFI_2ed8XXq-90" edge="1" parent="1" style="endArrow=none;html=1;rounded=0;" value="">
          <mxGeometry height="50" relative="1" width="50" as="geometry">
            <mxPoint x="-767" y="1090" as="sourcePoint" />
            <mxPoint x="-177" y="1090" as="targetPoint" />
          </mxGeometry>
        </mxCell>
        <mxCell id="QUzsFoNl6aFI_2ed8XXq-91" parent="1" style="text;html=1;whiteSpace=wrap;strokeColor=none;fillColor=none;align=center;verticalAlign=middle;rounded=0;" value="master" vertex="1">
          <mxGeometry height="30" width="60" x="-824" y="1075" as="geometry" />
        </mxCell>
        <mxCell id="QUzsFoNl6aFI_2ed8XXq-92" edge="1" parent="1" style="endArrow=none;html=1;rounded=0;fillColor=#d5e8d4;strokeColor=#82b366;" value="">
          <mxGeometry height="50" relative="1" width="50" as="geometry">
            <mxPoint x="-527" y="950" as="sourcePoint" />
            <mxPoint x="-467" y="1030" as="targetPoint" />
          </mxGeometry>
        </mxCell>
        <mxCell id="QUzsFoNl6aFI_2ed8XXq-94" edge="1" parent="1" style="endArrow=none;html=1;rounded=0;strokeColor=#0000FF;" value="">
          <mxGeometry height="50" relative="1" width="50" as="geometry">
            <mxPoint x="-527" y="890" as="sourcePoint" />
            <mxPoint x="-417" y="1030" as="targetPoint" />
          </mxGeometry>
        </mxCell>
        <mxCell id="QUzsFoNl6aFI_2ed8XXq-95" edge="1" parent="1" style="endArrow=none;html=1;rounded=0;fillColor=#d5e8d4;strokeColor=#82b366;" value="">
          <mxGeometry height="50" relative="1" width="50" as="geometry">
            <mxPoint x="-447" y="1030" as="sourcePoint" />
            <mxPoint x="-397" y="1090" as="targetPoint" />
          </mxGeometry>
        </mxCell>
        <mxCell id="QUzsFoNl6aFI_2ed8XXq-96" edge="1" parent="1" style="endArrow=none;html=1;rounded=0;fillColor=#d5e8d4;strokeColor=#82b366;" value="">
          <mxGeometry height="50" relative="1" width="50" as="geometry">
            <mxPoint x="-467" y="1030" as="sourcePoint" />
            <mxPoint x="-447" y="1030" as="targetPoint" />
          </mxGeometry>
        </mxCell>
        <mxCell id="QUzsFoNl6aFI_2ed8XXq-98" parent="1" style="text;html=1;whiteSpace=wrap;strokeColor=none;fillColor=none;align=center;verticalAlign=middle;rounded=0;" value="release jira 2" vertex="1">
          <mxGeometry height="30" width="60" x="-585" y="890" as="geometry" />
        </mxCell>
        <mxCell id="QUzsFoNl6aFI_2ed8XXq-99" parent="1" style="text;html=1;whiteSpace=wrap;strokeColor=none;fillColor=none;align=center;verticalAlign=middle;rounded=0;" value="release jira 1" vertex="1">
          <mxGeometry height="30" width="60" x="-581" y="950" as="geometry" />
        </mxCell>
        <mxCell id="QUzsFoNl6aFI_2ed8XXq-100" parent="1" style="text;html=1;whiteSpace=wrap;strokeColor=none;fillColor=none;align=center;verticalAlign=middle;rounded=0;" value="release jira 3" vertex="1">
          <mxGeometry height="30" width="60" x="-568" y="830" as="geometry" />
        </mxCell>
        <mxCell id="QUzsFoNl6aFI_2ed8XXq-101" parent="1" style="text;html=1;whiteSpace=wrap;strokeColor=none;fillColor=none;align=center;verticalAlign=middle;rounded=0;" value="release&amp;nbsp; stable" vertex="1">
          <mxGeometry height="30" width="60" x="-170" y="1070" as="geometry" />
        </mxCell>
        <mxCell id="QUzsFoNl6aFI_2ed8XXq-103" parent="1" style="text;html=1;whiteSpace=wrap;strokeColor=none;fillColor=none;align=center;verticalAlign=middle;rounded=0;fontColor=#FF0000;" value="?" vertex="1">
          <mxGeometry height="30" width="60" x="-440" y="1040" as="geometry" />
        </mxCell>
        <mxCell id="QUzsFoNl6aFI_2ed8XXq-104" parent="1" style="text;html=1;whiteSpace=wrap;strokeColor=none;fillColor=none;align=center;verticalAlign=middle;rounded=0;" value="compter = 1" vertex="1">
          <mxGeometry height="30" width="100" x="-540" y="150" as="geometry" />
        </mxCell>
        <mxCell id="QUzsFoNl6aFI_2ed8XXq-106" parent="1" style="text;html=1;whiteSpace=wrap;strokeColor=none;fillColor=none;align=center;verticalAlign=middle;rounded=0;" value="1. recois le meme fichier plusiere fois (CD_PA, DTF_PER_TRT), bloquer les chargement apres 1 fois&lt;div&gt;2. modifier les donnees et relancer&lt;/div&gt;&lt;div&gt;3. modifier le code et relancer&lt;/div&gt;" vertex="1">
          <mxGeometry height="30" width="470" x="-360" y="720" as="geometry" />
        </mxCell>
        <mxCell id="QUzsFoNl6aFI_2ed8XXq-107" parent="1" style="text;html=1;whiteSpace=wrap;strokeColor=none;fillColor=none;align=center;verticalAlign=middle;rounded=0;" value="meme jira et relance plusier fois" vertex="1">
          <mxGeometry height="30" width="240" x="-330" y="780" as="geometry" />
        </mxCell>
        <mxCell id="QUzsFoNl6aFI_2ed8XXq-108" parent="1" style="text;html=1;whiteSpace=wrap;strokeColor=none;fillColor=none;align=center;verticalAlign=middle;rounded=0;" value="vider la table 6 moins" vertex="1">
          <mxGeometry height="30" width="170" x="-270" y="820" as="geometry" />
        </mxCell>
        <mxCell id="cKu8MT6L8Fp_BZaxLZj7-1" parent="1" style="shape=note;size=15;align=left;spacingLeft=10;html=1;whiteSpace=wrap;fillColor=#e1d5e7;strokeColor=#9673a6;" value="&lt;span style=&quot;background-color: rgb(185, 224, 165);&quot;&gt;Allow seulement le premier chargement du fichier.&lt;br&gt;(bloquer quand c&#39;est 2eme ou plus chargement)&lt;/span&gt;" vertex="1">
-           <mxGeometry height="55" width="310" x="-675" y="-45" as="geometry" />
+           <mxGeometry height="55" width="310" x="-706" y="-95" as="geometry" />
        </mxCell>
        <mxCell id="cKu8MT6L8Fp_BZaxLZj7-2" edge="1" parent="1" source="cKu8MT6L8Fp_BZaxLZj7-1" style="edgeStyle=none;endArrow=none;exitX=0.5;exitY=1;dashed=1;html=1;rounded=0;entryX=0.5;entryY=0;entryDx=0;entryDy=0;exitDx=0;exitDy=0;exitPerimeter=0;" target="QUzsFoNl6aFI_2ed8XXq-104" value="">
          <mxGeometry relative="1" x="1" as="geometry">
            <mxPoint x="590" y="300" as="sourcePoint" />
            <mxPoint x="680" y="507" as="targetPoint" />
          </mxGeometry>
        </mxCell>
-         <mxCell id="cKu8MT6L8Fp_BZaxLZj7-3" parent="1" style="ellipse;shape=doubleEllipse;whiteSpace=wrap;html=1;dashed=1;" value="Demande JIRA 1" vertex="1">
-           <mxGeometry height="60" width="120" x="-780" y="416.5" as="geometry" />
+         <mxCell id="cKu8MT6L8Fp_BZaxLZj7-3" parent="1" style="ellipse;shape=doubleEllipse;whiteSpace=wrap;html=1;dashed=1;" value="Demande JIRA 1&lt;div&gt;(dev)&lt;/div&gt;" vertex="1">
+           <mxGeometry height="60" width="120" x="-1060" y="253.5" as="geometry" />
        </mxCell>
        <mxCell id="cKu8MT6L8Fp_BZaxLZj7-7" parent="1" style="text;html=1;whiteSpace=wrap;strokeColor=none;fillColor=none;align=center;verticalAlign=middle;rounded=0;fontColor=#0000FF;" value="&lt;font style=&quot;color: rgb(255, 0, 0);&quot;&gt;Run Tag = quelle version ?&lt;/font&gt;" vertex="1">
          <mxGeometry height="30" width="200" x="150" y="150" as="geometry" />
        </mxCell>
        <mxCell id="cKu8MT6L8Fp_BZaxLZj7-11" parent="1" style="shape=note;size=15;align=left;spacingLeft=10;html=1;whiteSpace=wrap;fillColor=#e1d5e7;strokeColor=#9673a6;" value="&lt;span style=&quot;background-color: rgb(185, 224, 165);&quot;&gt;Le nom doit etre renomé sous le format pour qu&#39;il soit capable d&#39;etre chargé:&lt;br&gt;{CD_PA}{FILE_TYPE}{SYS_APL}.MAJ_{NO_JIRA}&lt;/span&gt;&lt;div&gt;&lt;span style=&quot;background-color: rgb(185, 224, 165);&quot;&gt;par ex : FRTIER0A.MAJ_JIRA-1234&lt;/span&gt;&lt;/div&gt;" vertex="1">
-           <mxGeometry height="75" width="430" x="-1350" y="107.5" as="geometry" />
-         </mxCell>
-         <mxCell id="cKu8MT6L8Fp_BZaxLZj7-14" parent="1" style="ellipse;shape=doubleEllipse;whiteSpace=wrap;html=1;dashed=1;" value="Demande JIRA 2" vertex="1">
-           <mxGeometry height="60" width="120" x="-780" y="486.5" as="geometry" />
-         </mxCell>
-         <mxCell id="cKu8MT6L8Fp_BZaxLZj7-15" parent="1" style="ellipse;shape=doubleEllipse;whiteSpace=wrap;html=1;dashed=1;" value="Demande JIRA 3" vertex="1">
-           <mxGeometry height="60" width="122" x="-781" y="556.5" as="geometry" />
+           <mxGeometry height="75" width="430" x="-1330" y="40" as="geometry" />
+         </mxCell>
+         <mxCell id="cKu8MT6L8Fp_BZaxLZj7-14" parent="1" style="ellipse;shape=doubleEllipse;whiteSpace=wrap;html=1;dashed=1;" value="Demande JIRA 2&lt;div&gt;(dev)&lt;/div&gt;" vertex="1">
+           <mxGeometry height="60" width="120" x="-1060" y="323.5" as="geometry" />
+         </mxCell>
+         <mxCell id="cKu8MT6L8Fp_BZaxLZj7-15" parent="1" style="ellipse;shape=doubleEllipse;whiteSpace=wrap;html=1;dashed=1;" value="Demande JIRA 3&lt;div&gt;(dev)&lt;/div&gt;" vertex="1">
+           <mxGeometry height="60" width="122" x="-1061" y="393.5" as="geometry" />
        </mxCell>
        <mxCell id="cKu8MT6L8Fp_BZaxLZj7-19" parent="1" style="text;html=1;whiteSpace=wrap;strokeColor=none;fillColor=none;align=center;verticalAlign=middle;rounded=0;fontSize=23;fontStyle=1" value="." vertex="1">
-           <mxGeometry height="30" width="60" x="-750" y="616.25" as="geometry" />
+           <mxGeometry height="30" width="60" x="-1030" y="453.25" as="geometry" />
        </mxCell>
        <mxCell id="cKu8MT6L8Fp_BZaxLZj7-20" parent="1" style="text;html=1;whiteSpace=wrap;strokeColor=none;fillColor=none;align=center;verticalAlign=middle;rounded=0;fontSize=23;fontStyle=1" value="." vertex="1">
-           <mxGeometry height="30" width="60" x="-750" y="630" as="geometry" />
+           <mxGeometry height="30" width="60" x="-1030" y="467" as="geometry" />
        </mxCell>
        <mxCell id="cKu8MT6L8Fp_BZaxLZj7-21" parent="1" style="text;html=1;whiteSpace=wrap;strokeColor=none;fillColor=none;align=center;verticalAlign=middle;rounded=0;fontSize=23;fontStyle=1" value="." vertex="1">
-           <mxGeometry height="30" width="60" x="-750" y="646.25" as="geometry" />
+           <mxGeometry height="30" width="60" x="-1030" y="483.25" as="geometry" />
        </mxCell>
        <mxCell id="cKu8MT6L8Fp_BZaxLZj7-24" edge="1" parent="1" source="cKu8MT6L8Fp_BZaxLZj7-23" style="edgeStyle=orthogonalEdgeStyle;rounded=0;orthogonalLoop=1;jettySize=auto;html=1;" target="QUzsFoNl6aFI_2ed8XXq-13">
          <mxGeometry relative="1" as="geometry">
            <Array as="points">
              <mxPoint x="120" y="220" />
              <mxPoint x="120" y="220" />
            </Array>
          </mxGeometry>
        </mxCell>
-         <mxCell id="cKu8MT6L8Fp_BZaxLZj7-23" parent="1" style="ellipse;shape=doubleEllipse;whiteSpace=wrap;html=1;" value="Demande JIRA 1&lt;div&gt;(recharge fichier)&lt;/div&gt;" vertex="1">
+         <mxCell id="cKu8MT6L8Fp_BZaxLZj7-23" parent="1" style="ellipse;shape=doubleEllipse;whiteSpace=wrap;html=1;fillColor=#ffe6cc;strokeColor=#d79b00;" value="Demande JIRA 1&lt;div&gt;(recharge fichier)&lt;/div&gt;" vertex="1">
          <mxGeometry height="60" width="160" x="-850" y="190" as="geometry" />
        </mxCell>
        <mxCell id="cKu8MT6L8Fp_BZaxLZj7-25" edge="1" parent="1" source="cKu8MT6L8Fp_BZaxLZj7-11" style="edgeStyle=none;endArrow=none;exitX=0;exitY=0;dashed=1;html=1;rounded=0;exitDx=430;exitDy=45;exitPerimeter=0;" target="cKu8MT6L8Fp_BZaxLZj7-23" value="">
          <mxGeometry relative="1" x="1" as="geometry">
            <mxPoint x="-520" y="10" as="sourcePoint" />
            <mxPoint x="-490" y="150" as="targetPoint" />
          </mxGeometry>
        </mxCell>
        <mxCell id="cKu8MT6L8Fp_BZaxLZj7-26" edge="1" parent="1" source="cKu8MT6L8Fp_BZaxLZj7-11" style="edgeStyle=none;endArrow=none;exitX=0;exitY=0;dashed=1;html=1;rounded=0;exitDx=430;exitDy=45;exitPerimeter=0;entryX=0;entryY=0.5;entryDx=0;entryDy=0;" target="QUzsFoNl6aFI_2ed8XXq-34" value="">
          <mxGeometry relative="1" x="1" as="geometry">
            <mxPoint x="-900" y="200" as="sourcePoint" />
            <mxPoint x="-801" y="244" as="targetPoint" />
          </mxGeometry>
        </mxCell>
        <mxCell id="cKu8MT6L8Fp_BZaxLZj7-27" parent="1" style="text;html=1;whiteSpace=wrap;strokeColor=none;fillColor=none;align=center;verticalAlign=middle;rounded=0;fontSize=23;fontStyle=1" value="." vertex="1">
          <mxGeometry height="30" width="60" x="-800" y="305" as="geometry" />
        </mxCell>
        <mxCell id="cKu8MT6L8Fp_BZaxLZj7-28" parent="1" style="text;html=1;whiteSpace=wrap;strokeColor=none;fillColor=none;align=center;verticalAlign=middle;rounded=0;fontSize=23;fontStyle=1" value="." vertex="1">
          <mxGeometry height="30" width="60" x="-800" y="335" as="geometry" />
        </mxCell>
        <mxCell id="cKu8MT6L8Fp_BZaxLZj7-29" parent="1" style="text;html=1;whiteSpace=wrap;strokeColor=none;fillColor=none;align=center;verticalAlign=middle;rounded=0;fontSize=23;fontStyle=1" value="." vertex="1">
          <mxGeometry height="30" width="60" x="-800" y="318.5" as="geometry" />
        </mxCell>
      </root>
    </mxGraphModel>
  </diagram>
</mxfile>
